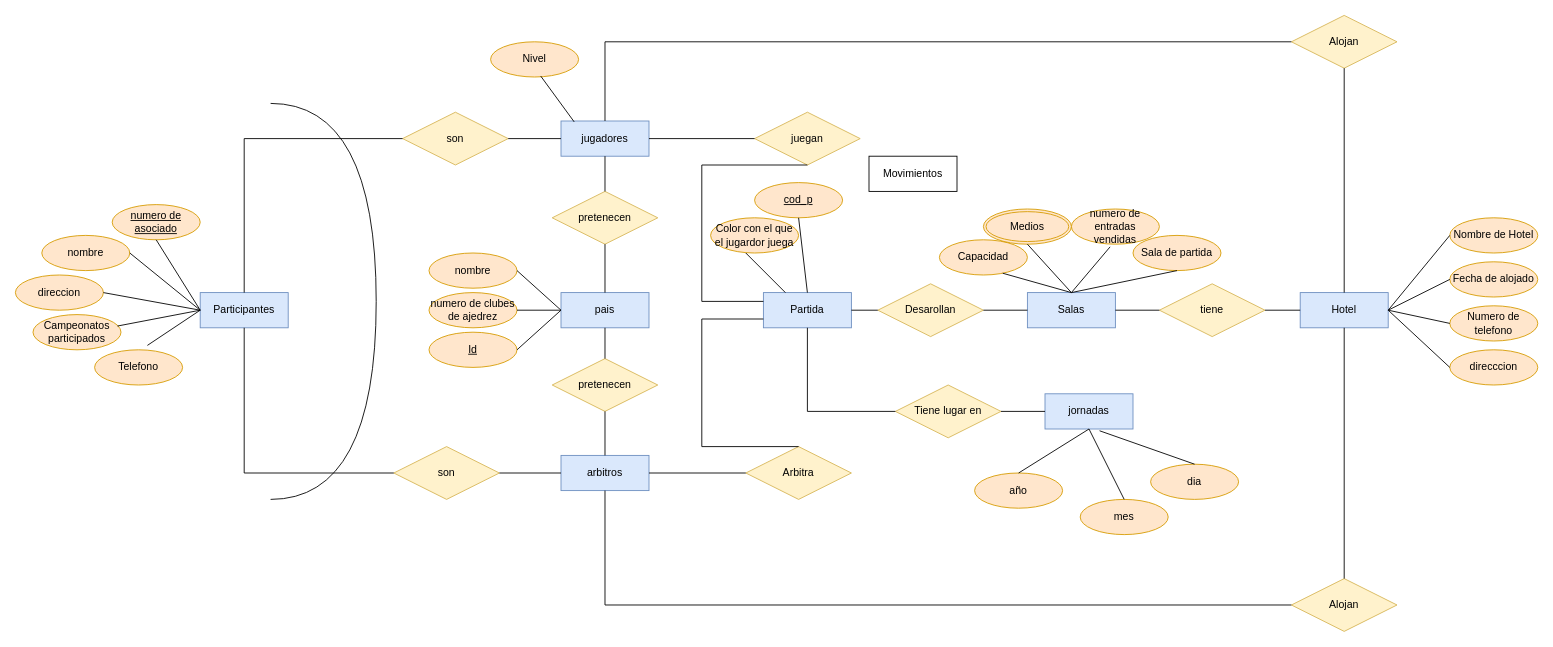
This is Unidad1/Tareas/Tarea evaluada 2/Untitled Diagram.drawio from JVC0/Base-Datos, a draw.io file, before an edit. Source tidied: cells renumbered, new cells numbered last; positions are measured from the earlier drawing's top-left corner, leaving out a move shared by most shapes. Both pictures are drawn from the tidied source at 88%, with x=0, y=0 at pixel (15, 15).
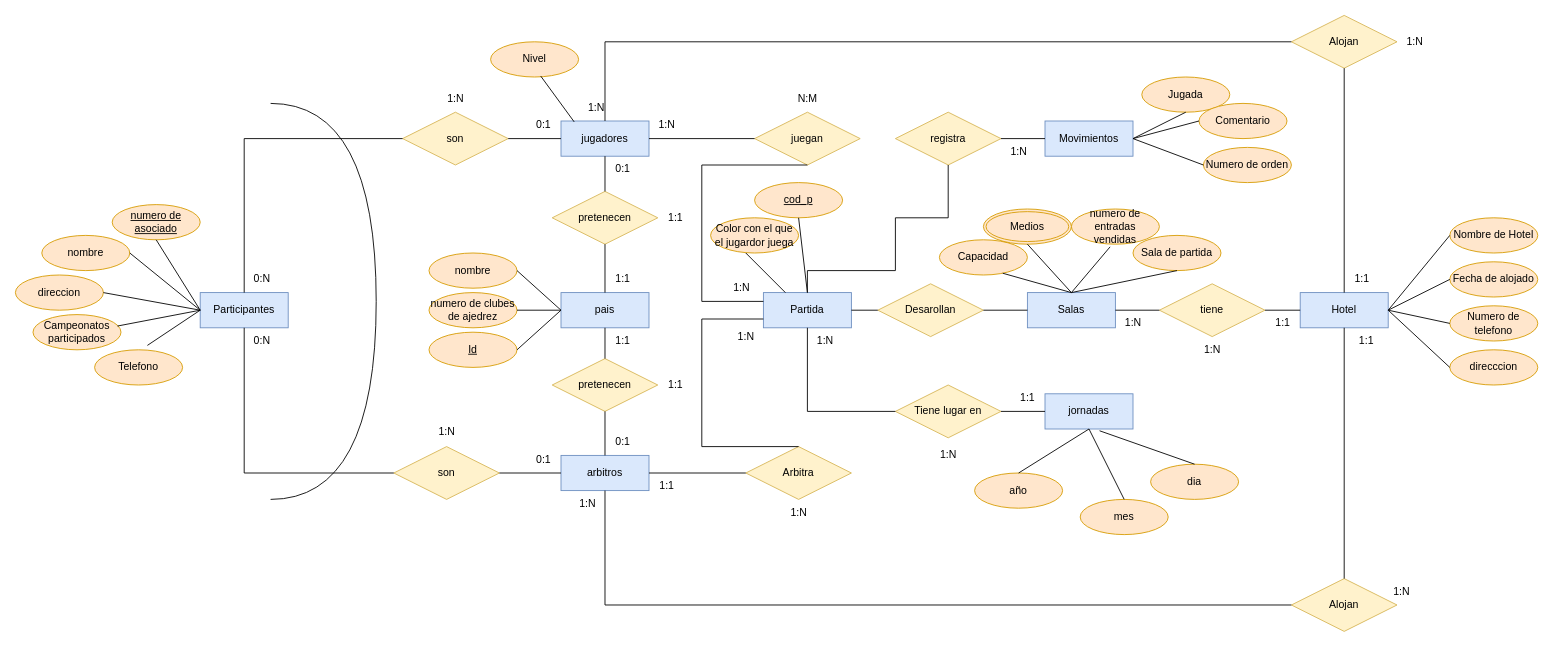
After the change.

The change refers to these unchanged cells:
```xml
<mxCell id="3" value="Partida" style="whiteSpace=wrap;html=1;align=center;fillColor=#dae8fc;strokeColor=#6c8ebf;" parent="1" vertex="1">
  <mxGeometry x="850" y="315" width="100" height="40" as="geometry" />
</mxCell>
```

What changed in the source:
```diff
@@
-    <mxCell id="6" value="Movimientos" style="whiteSpace=wrap;html=1;align=center;" parent="1" vertex="1">
-      <mxGeometry x="970" y="160" width="100" height="40" as="geometry" />
+    <mxCell id="6" value="Movimientos" style="whiteSpace=wrap;html=1;align=center;fillColor=#dae8fc;strokeColor=#6c8ebf;" parent="1" vertex="1">
+      <mxGeometry x="1170" y="120" width="100" height="40" as="geometry" />
     </mxCell>
@@
+    <mxCell id="89" value="registra" style="shape=rhombus;perimeter=rhombusPerimeter;whiteSpace=wrap;html=1;align=center;fillColor=#fff2cc;strokeColor=#d6b656;" parent="1" vertex="1">
+      <mxGeometry x="1000" y="110" width="120" height="60" as="geometry" />
+    </mxCell>
+    <mxCell id="90" style="endArrow=none;html=1;rounded=0;entryX=0.5;entryY=1;entryDx=0;entryDy=0;exitX=0.5;exitY=0;exitDx=0;exitDy=0;" parent="1" edge="1" source="3" target="89">
+      <mxGeometry relative="1" as="geometry">
+        <Array as="points">
+          <mxPoint x="900" y="290" />
+          <mxPoint x="1000" y="290" />
+          <mxPoint x="1000" y="230" />
+          <mxPoint x="1060" y="230" />
+        </Array>
+      </mxGeometry>
+    </mxCell>
+    <mxCell id="91" style="endArrow=none;html=1;rounded=0;entryX=1;entryY=0.5;entryDx=0;entryDy=0;exitX=0;exitY=0.5;exitDx=0;exitDy=0;" parent="1" edge="1" source="6" target="89">
+      <mxGeometry relative="1" as="geometry" />
+    </mxCell>
+    <mxCell id="92" value="Jugada" style="ellipse;whiteSpace=wrap;html=1;align=center;fillColor=#ffe6cc;strokeColor=#d79b00;" parent="1" vertex="1">
+      <mxGeometry x="1280" y="70" width="100" height="40" as="geometry" />
+    </mxCell>
+    <mxCell id="93" value="Comentario" style="ellipse;whiteSpace=wrap;html=1;align=center;fillColor=#ffe6cc;strokeColor=#d79b00;" parent="1" vertex="1">
+      <mxGeometry x="1345" y="100" width="100" height="40" as="geometry" />
+    </mxCell>
+    <mxCell id="94" style="endArrow=none;html=1;rounded=0;entryX=0;entryY=0.5;entryDx=0;entryDy=0;exitX=1;exitY=0.5;exitDx=0;exitDy=0;" parent="1" edge="1" source="6" target="93">
+      <mxGeometry relative="1" as="geometry" />
+    </mxCell>
+    <mxCell id="95" style="endArrow=none;html=1;rounded=0;entryX=0.5;entryY=1;entryDx=0;entryDy=0;exitX=1;exitY=0.5;exitDx=0;exitDy=0;" parent="1" edge="1" source="6" target="92">
+      <mxGeometry relative="1" as="geometry" />
+    </mxCell>
+    <mxCell id="96" value="Numero de orden" style="ellipse;whiteSpace=wrap;html=1;align=center;fillColor=#ffe6cc;strokeColor=#d79b00;" parent="1" vertex="1">
+      <mxGeometry x="1350" y="150" width="100" height="40" as="geometry" />
+    </mxCell>
+    <mxCell id="97" style="endArrow=none;html=1;rounded=0;entryX=1;entryY=0.5;entryDx=0;entryDy=0;exitX=0;exitY=0.5;exitDx=0;exitDy=0;" parent="1" edge="1" source="96" target="6">
+      <mxGeometry relative="1" as="geometry" />
+    </mxCell>
+    <mxCell id="98" value="0:1" style="text;html=1;align=center;verticalAlign=middle;strokeColor=none;fillColor=none;" parent="1" vertex="1">
+      <mxGeometry x="580" y="110" width="40" height="30" as="geometry" />
+    </mxCell>
+    <mxCell id="99" value="0:1" style="text;html=1;align=center;verticalAlign=middle;strokeColor=none;fillColor=none;" parent="1" vertex="1">
+      <mxGeometry x="580" y="490" width="40" height="30" as="geometry" />
+    </mxCell>
+    <mxCell id="100" value="1:N" style="text;html=1;align=center;verticalAlign=middle;strokeColor=none;fillColor=none;" parent="1" vertex="1">
+      <mxGeometry x="470" y="458" width="40" height="30" as="geometry" />
+    </mxCell>
+    <mxCell id="101" value="0:N" style="text;html=1;align=center;verticalAlign=middle;strokeColor=none;fillColor=none;" parent="1" vertex="1">
+      <mxGeometry x="260" y="355" width="40" height="30" as="geometry" />
+    </mxCell>
+    <mxCell id="102" value="0:N" style="text;html=1;align=center;verticalAlign=middle;strokeColor=none;fillColor=none;" parent="1" vertex="1">
+      <mxGeometry x="260" y="285" width="40" height="30" as="geometry" />
+    </mxCell>
+    <mxCell id="103" value="1:N" style="text;html=1;align=center;verticalAlign=middle;strokeColor=none;fillColor=none;" parent="1" vertex="1">
+      <mxGeometry x="480" y="80" width="40" height="30" as="geometry" />
+    </mxCell>
+    <mxCell id="104" value="0:1" style="text;html=1;align=center;verticalAlign=middle;strokeColor=none;fillColor=none;" parent="1" vertex="1">
+      <mxGeometry x="670" y="160" width="40" height="30" as="geometry" />
+    </mxCell>
+    <mxCell id="105" value="0:1" style="text;html=1;align=center;verticalAlign=middle;strokeColor=none;fillColor=none;" parent="1" vertex="1">
+      <mxGeometry x="670" y="470" width="40" height="30" as="geometry" />
+    </mxCell>
+    <mxCell id="106" value="1:1" style="text;html=1;align=center;verticalAlign=middle;strokeColor=none;fillColor=none;" parent="1" vertex="1">
+      <mxGeometry x="730" y="405" width="40" height="30" as="geometry" />
+    </mxCell>
+    <mxCell id="107" value="1:1" style="text;html=1;align=center;verticalAlign=middle;strokeColor=none;fillColor=none;" parent="1" vertex="1">
+      <mxGeometry x="670" y="355" width="40" height="30" as="geometry" />
+    </mxCell>
+    <mxCell id="108" value="1:1" style="text;html=1;align=center;verticalAlign=middle;strokeColor=none;fillColor=none;" parent="1" vertex="1">
+      <mxGeometry x="670" y="285" width="40" height="30" as="geometry" />
+    </mxCell>
+    <mxCell id="109" value="1:1" style="text;html=1;align=center;verticalAlign=middle;strokeColor=none;fillColor=none;" parent="1" vertex="1">
+      <mxGeometry x="730" y="215" width="40" height="30" as="geometry" />
+    </mxCell>
+    <mxCell id="110" value="1:1" style="text;html=1;align=center;verticalAlign=middle;strokeColor=none;fillColor=none;" parent="1" vertex="1">
+      <mxGeometry x="720" y="520" width="40" height="30" as="geometry" />
+    </mxCell>
+    <mxCell id="111" value="1:N" style="text;html=1;align=center;verticalAlign=middle;strokeColor=none;fillColor=none;" parent="1" vertex="1">
+      <mxGeometry x="810" y="350" width="40" height="30" as="geometry" />
+    </mxCell>
+    <mxCell id="112" value="1:N" style="text;html=1;align=center;verticalAlign=middle;strokeColor=none;fillColor=none;" parent="1" vertex="1">
+      <mxGeometry x="870" y="550" width="40" height="30" as="geometry" />
+    </mxCell>
+    <mxCell id="113" value="1:N" style="text;html=1;align=center;verticalAlign=middle;strokeColor=none;fillColor=none;" parent="1" vertex="1">
+      <mxGeometry x="720" y="110" width="40" height="30" as="geometry" />
+    </mxCell>
+    <mxCell id="114" value="1:N" style="text;html=1;align=center;verticalAlign=middle;strokeColor=none;fillColor=none;" parent="1" vertex="1">
+      <mxGeometry x="805" y="295" width="40" height="30" as="geometry" />
+    </mxCell>
+    <mxCell id="115" value="N:M" style="text;html=1;align=center;verticalAlign=middle;strokeColor=none;fillColor=none;" parent="1" vertex="1">
+      <mxGeometry x="875" y="80" width="50" height="30" as="geometry" />
+    </mxCell>
+    <mxCell id="116" value="1:1" style="text;html=1;align=center;verticalAlign=middle;strokeColor=none;fillColor=none;" parent="1" vertex="1">
+      <mxGeometry x="1515" y="355" width="40" height="30" as="geometry" />
+    </mxCell>
+    <mxCell id="117" value="1:N" style="text;html=1;align=center;verticalAlign=middle;strokeColor=none;fillColor=none;" parent="1" vertex="1">
+      <mxGeometry x="630" y="540" width="40" height="30" as="geometry" />
+    </mxCell>
+    <mxCell id="118" value="1:N" style="text;html=1;align=center;verticalAlign=middle;strokeColor=none;fillColor=none;" parent="1" vertex="1">
+      <mxGeometry x="1555" y="640" width="40" height="30" as="geometry" />
+    </mxCell>
+    <mxCell id="119" value="1:N" style="text;html=1;align=center;verticalAlign=middle;strokeColor=none;fillColor=none;" parent="1" vertex="1">
+      <mxGeometry x="640" y="90" width="40" height="30" as="geometry" />
+    </mxCell>
+    <mxCell id="120" value="1:N" style="text;html=1;align=center;verticalAlign=middle;strokeColor=none;fillColor=none;" parent="1" vertex="1">
+      <mxGeometry x="1570" y="15" width="40" height="30" as="geometry" />
+    </mxCell>
+    <mxCell id="121" value="1:1" style="text;html=1;align=center;verticalAlign=middle;strokeColor=none;fillColor=none;" parent="1" vertex="1">
+      <mxGeometry x="1510" y="285" width="40" height="30" as="geometry" />
+    </mxCell>
+    <mxCell id="122" value="1:1" style="text;html=1;align=center;verticalAlign=middle;strokeColor=none;fillColor=none;" parent="1" vertex="1">
+      <mxGeometry x="1130" y="420" width="40" height="30" as="geometry" />
+    </mxCell>
+    <mxCell id="123" value="1:N" style="text;html=1;align=center;verticalAlign=middle;strokeColor=none;fillColor=none;" parent="1" vertex="1">
+      <mxGeometry x="900" y="355" width="40" height="30" as="geometry" />
+    </mxCell>
+    <mxCell id="124" value="1:N" style="text;html=1;align=center;verticalAlign=middle;strokeColor=none;fillColor=none;" parent="1" vertex="1">
+      <mxGeometry x="1040" y="485" width="40" height="30" as="geometry" />
+    </mxCell>
+    <mxCell id="125" value="1:N" style="text;html=1;align=center;verticalAlign=middle;strokeColor=none;fillColor=none;" parent="1" vertex="1">
+      <mxGeometry x="1250" y="335" width="40" height="30" as="geometry" />
+    </mxCell>
+    <mxCell id="126" value="1:1" style="text;html=1;align=center;verticalAlign=middle;strokeColor=none;fillColor=none;" parent="1" vertex="1">
+      <mxGeometry x="1420" y="335" width="40" height="30" as="geometry" />
+    </mxCell>
+    <mxCell id="127" value="1:N" style="text;html=1;align=center;verticalAlign=middle;strokeColor=none;fillColor=none;" parent="1" vertex="1">
+      <mxGeometry x="1340" y="365" width="40" height="30" as="geometry" />
+    </mxCell>
+    <mxCell id="128" value="1:N" style="text;html=1;align=center;verticalAlign=middle;strokeColor=none;fillColor=none;" parent="1" vertex="1">
+      <mxGeometry x="1120" y="140" width="40" height="30" as="geometry" />
+    </mxCell>
```
